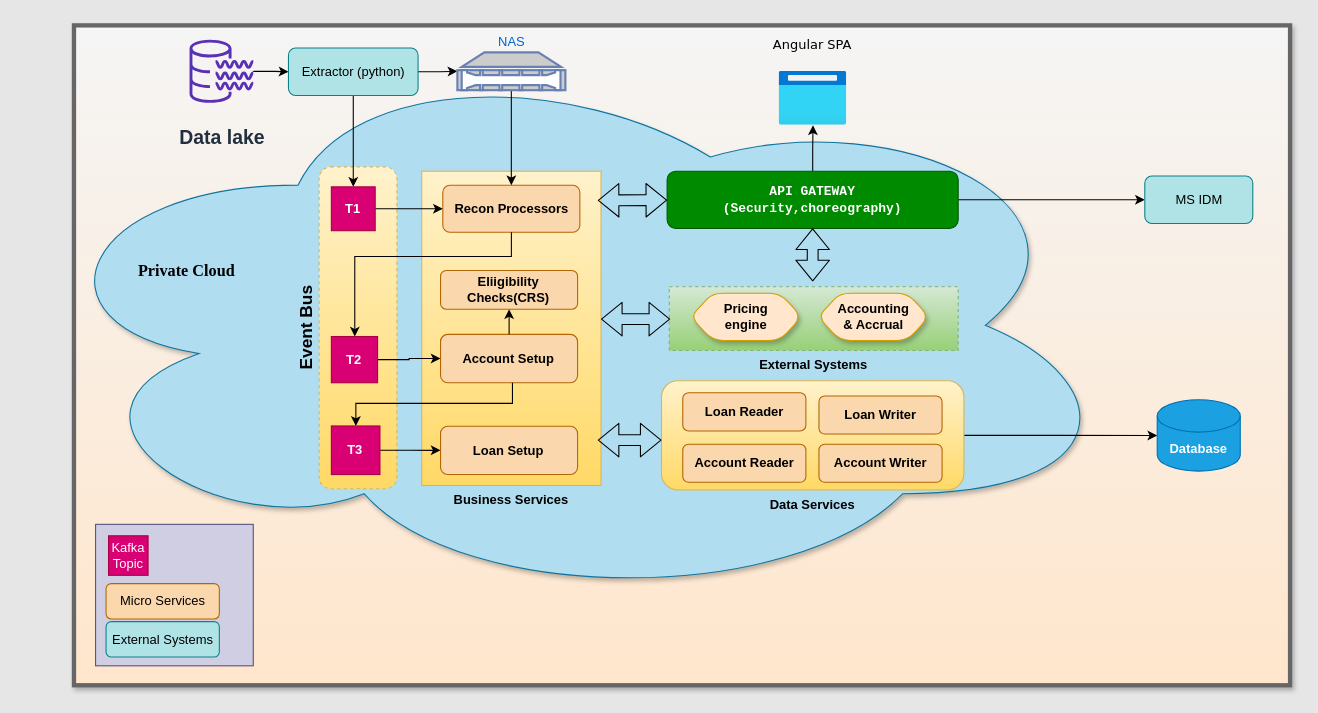
This is page "Page-2" (2 of 2) of Untitled Diagram.drawio from syogesh31/jp, a draw.io file, before an edit. Source tidied: cells renumbered, new cells numbered last; positions are measured from the earlier drawing's top-left corner, leaving out a move shared by most shapes. Both pictures are drawn from the tidied source at 108%, with x=0, y=0 at pixel (23, 25).
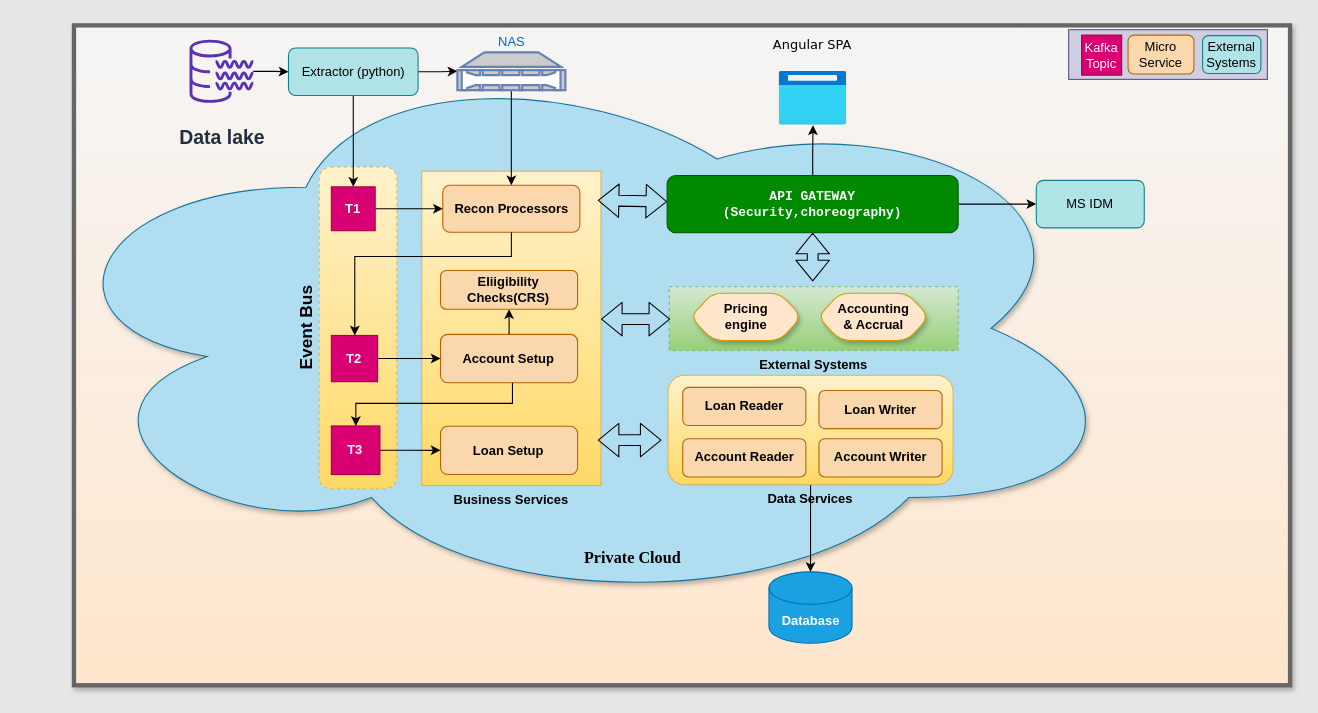
The same page after the edit.

Diff of the diagram source:
```diff
@@
     <mxCell id="4" style="ellipse;shape=cloud;whiteSpace=wrap;html=1;rounded=1;shadow=1;glass=0;labelBackgroundColor=none;sketch=0;fontFamily=Verdana;strokeColor=#10739e;fillColor=#b1ddf0;labelPosition=center;verticalLabelPosition=top;align=center;verticalAlign=bottom;" parent="1" vertex="1">
-      <mxGeometry y="18" width="1018" height="519.5" as="geometry" />
+      <mxGeometry x="8" y="19.2" width="1015" height="522.5" as="geometry" />
     </mxCell>
@@
     <mxCell id="23" value="T2" style="whiteSpace=wrap;html=1;fillColor=#d80073;strokeColor=#A50040;fontColor=#ffffff;fontStyle=1;" parent="1" vertex="1">
-      <mxGeometry x="285.3" y="288.1" width="42.8" height="42.8" as="geometry" />
+      <mxGeometry x="285.3" y="287.1" width="42.8" height="42.8" as="geometry" />
     </mxCell>
@@
     <mxCell id="26" value="&lt;blockquote&gt;&lt;div&gt;&lt;pre&gt;&lt;b&gt;API GATEWAY&lt;br&gt;(Security,choreography)&lt;/b&gt;&lt;/pre&gt;&lt;/div&gt;&lt;/blockquote&gt;" style="rounded=1;whiteSpace=wrap;html=1;fillColor=#008a00;strokeColor=#005700;fontColor=#ffffff;" parent="1" vertex="1">
-      <mxGeometry x="596.2" y="135" width="269.5" height="53" as="geometry" />
+      <mxGeometry x="596.2" y="139" width="269.5" height="53" as="geometry" />
     </mxCell>
@@
     <mxCell id="28" value="MS IDM" style="rounded=1;whiteSpace=wrap;html=1;fillColor=#b0e3e6;strokeColor=#0e8088;" parent="1" vertex="1">
-      <mxGeometry x="1038.5" y="139.5" width="100" height="44" as="geometry" />
+      <mxGeometry x="938" y="143.5" width="100" height="44" as="geometry" />
     </mxCell>
@@
     <mxCell id="30" style="group;gradientDirection=south;fillColor=#d0cee2;labelPosition=left;verticalLabelPosition=top;align=right;verticalAlign=bottom;strokeColor=#56517e;" parent="1" vertex="1">
-      <mxGeometry x="67" y="462" width="146" height="131" as="geometry" />
+      <mxGeometry x="968" y="4" width="184" height="46" as="geometry" />
     </mxCell>
-    <mxCell id="31" value="Micro Services" style="rounded=1;whiteSpace=wrap;html=1;fillColor=#fad7ac;strokeColor=#b46504;" parent="30" vertex="1">
-      <mxGeometry x="9.7" y="54.9" width="104.9" height="32.8" as="geometry" />
-    </mxCell>
-    <mxCell id="32" value="External Systems" style="rounded=1;whiteSpace=wrap;html=1;fillColor=#b0e3e6;strokeColor=#0e8088;" parent="30" vertex="1">
-      <mxGeometry x="9.7" y="90.1" width="104.9" height="32.8" as="geometry" />
-    </mxCell>
-    <mxCell id="33" value="Kafka Topic" style="whiteSpace=wrap;html=1;fillColor=#d80073;strokeColor=#A50040;fontColor=#ffffff;" parent="30" vertex="1">
-      <mxGeometry x="12" y="10.6" width="36.6" height="36.6" as="geometry" />
-    </mxCell>
     <mxCell id="34" value="&lt;h1 style=&quot;font-size: 15px;&quot;&gt;Private Cloud&lt;/h1&gt;" style="text;html=1;align=center;verticalAlign=middle;strokeColor=none;fontFamily=Garamond;strokeWidth=4;fontStyle=1;fontSize=15;" parent="1" vertex="1">
-      <mxGeometry x="96" y="206" width="110" height="42" as="geometry" />
+      <mxGeometry x="509" y="471" width="110" height="42" as="geometry" />
     </mxCell>
@@
     <mxCell id="36" value="&lt;b&gt;Database &lt;/b&gt;" style="shape=cylinder3;whiteSpace=wrap;html=1;boundedLbl=1;backgroundOutline=1;size=15;fillColor=#1ba1e2;strokeColor=#006EAF;fontColor=#ffffff;" parent="1" vertex="1">
-      <mxGeometry x="1050" y="346.6" width="76.9" height="66.1" as="geometry" />
+      <mxGeometry x="690.5" y="506" width="76.9" height="66.1" as="geometry" />
     </mxCell>
@@
     <mxCell id="38" style="group;" parent="1" vertex="1">
-      <mxGeometry x="591" y="329" width="280" height="101.2" as="geometry" />
+      <mxGeometry x="591" y="324" width="280" height="101.2" as="geometry" />
     </mxCell>
     <mxCell id="39" value="&lt;b&gt;Data Services&lt;/b&gt;" style="rounded=1;whiteSpace=wrap;html=1;fillColor=#fff2cc;strokeColor=#d6b656;gradientColor=#ffd966;labelPosition=center;verticalLabelPosition=bottom;align=center;verticalAlign=top;" parent="38" vertex="1">
-      <mxGeometry width="280" height="101.2" as="geometry" />
+      <mxGeometry x="6" width="264" height="101.2" as="geometry" />
     </mxCell>
@@
+    <mxCell id="31" value="Micro Service" style="rounded=1;whiteSpace=wrap;html=1;fillColor=#fad7ac;strokeColor=#b46504;" parent="1" vertex="1">
+      <mxGeometry x="1023" y="9" width="61" height="36" as="geometry" />
+    </mxCell>
+    <mxCell id="32" value="External Systems" style="rounded=1;whiteSpace=wrap;html=1;fillColor=#b0e3e6;strokeColor=#0e8088;" parent="1" vertex="1">
+      <mxGeometry x="1092" y="9.5" width="54" height="35" as="geometry" />
+    </mxCell>
+    <mxCell id="33" value="Kafka Topic" style="whiteSpace=wrap;html=1;fillColor=#d80073;strokeColor=#A50040;fontColor=#ffffff;" parent="1" vertex="1">
+      <mxGeometry x="980" y="9" width="37.1" height="37.1" as="geometry" />
+    </mxCell>
```
